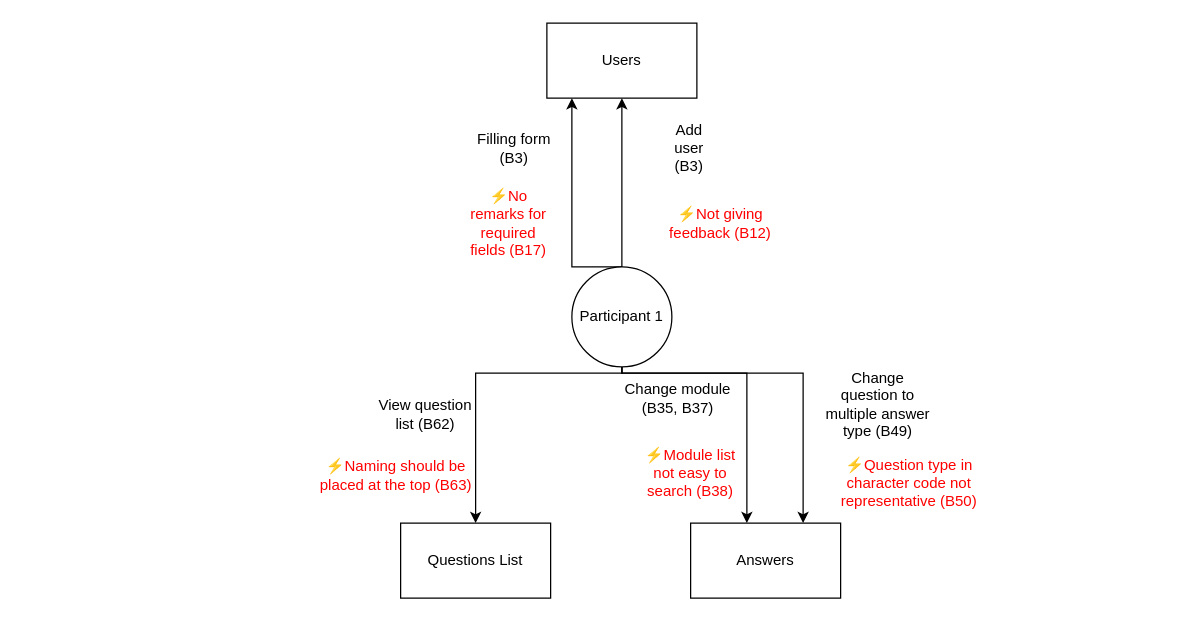
Before: assets/flow model/participant2.drawio in hci-a-if-its-2019/final-project-hooray-team, a draw.io diagram. Source tidied: cells renumbered, new cells numbered last; positions are measured from the earlier drawing's top-left corner, leaving out a move shared by most shapes. Both pictures are drawn from the tidied source at 125%, with x=0, y=0 at pixel (316, 22).
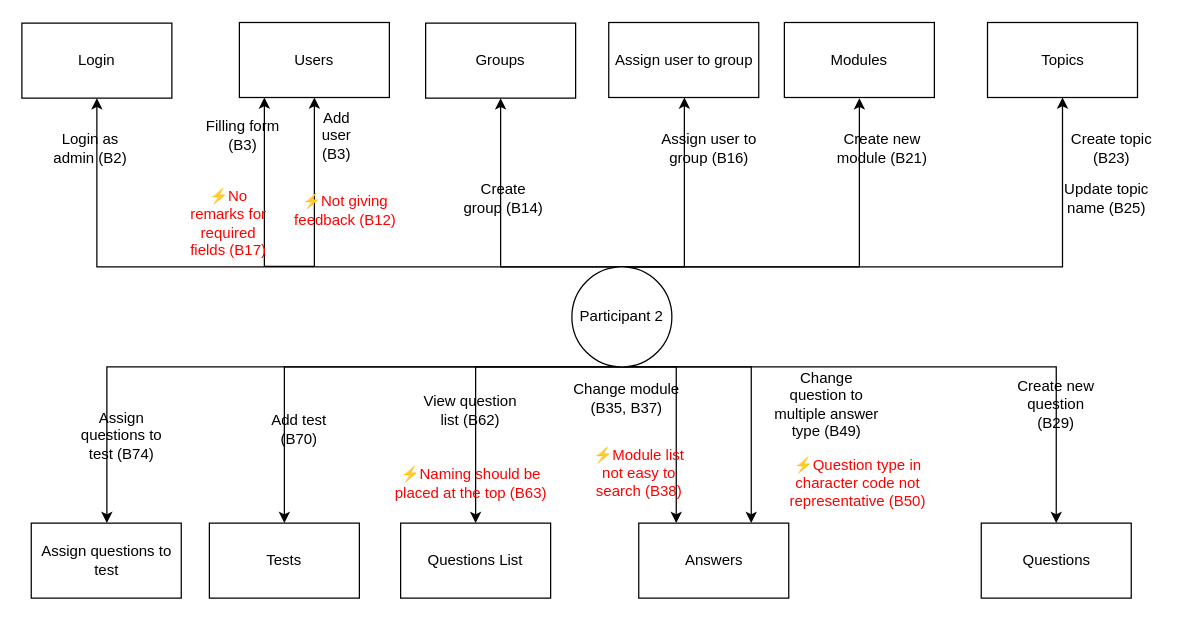
Above is the later version.

Commit message (it also covers changes not shown here):
revise flow model participant 1&2

The change refers to these unchanged cells:
```xml
<mxCell id="10" value="Questions List" style="rounded=0;whiteSpace=wrap;html=1;" parent="1" vertex="1">
  <mxGeometry x="67" y="400" width="120" height="60" as="geometry" />
</mxCell>
```

The edit, as a diff of the source:
```diff
@@
-    <mxCell id="2" style="edgeStyle=orthogonalEdgeStyle;rounded=0;jettySize=auto;html=1;exitX=0.5;exitY=0;exitDx=0;exitDy=0;strokeColor=#000000;strokeWidth=1;fontColor=#000000;" parent="1" edge="1" source="7" target="8">
+    <mxCell id="2" style="edgeStyle=orthogonalEdgeStyle;rounded=0;jettySize=auto;html=1;exitX=0.5;exitY=0;exitDx=0;exitDy=0;strokeColor=#000000;strokeWidth=1;fontColor=#000000;" parent="1" edge="1" target="8">
       <mxGeometry relative="1" as="geometry">
+        <mxPoint x="-2" y="194.5" as="sourcePoint" />
         <Array as="points">
-          <mxPoint x="204" y="195" />
+          <mxPoint x="-42" y="194.5" />
         </Array>
       </mxGeometry>
     </mxCell>
-    <mxCell id="3" style="edgeStyle=orthogonalEdgeStyle;rounded=0;jettySize=auto;html=1;exitX=0.5;exitY=1;exitDx=0;exitDy=0;strokeColor=#000000;strokeWidth=1;fontColor=#000000;" parent="1" edge="1" source="7" target="9">
-      <mxGeometry relative="1" as="geometry">
-        <Array as="points">
-          <mxPoint x="344" y="280" />
-        </Array>
-      </mxGeometry>
-    </mxCell>
+    <mxCell id="6" style="edgeStyle=orthogonalEdgeStyle;rounded=0;jettySize=auto;html=1;exitX=0.5;exitY=0;exitDx=0;exitDy=0;entryX=0.5;entryY=1;entryDx=0;entryDy=0;strokeColor=#000000;strokeWidth=1;fontColor=#000000;" parent="1" edge="1" target="8">
+      <mxGeometry relative="1" as="geometry">
+        <mxPoint x="-2" y="194.5" as="sourcePoint" />
+        <Array as="points">
+          <mxPoint x="-2" y="59.5" />
+        </Array>
+      </mxGeometry>
+    </mxCell>
+    <mxCell id="21" style="edgeStyle=orthogonalEdgeStyle;rounded=0;jettySize=auto;html=1;exitX=0.5;exitY=0;exitDx=0;exitDy=0;entryX=0.5;entryY=1;entryDx=0;entryDy=0;" parent="1" edge="1" source="7" target="35">
+      <mxGeometry relative="1" as="geometry">
+        <Array as="points">
+          <mxPoint x="-176" y="195" />
+        </Array>
+      </mxGeometry>
+    </mxCell>
+    <mxCell id="22" style="edgeStyle=orthogonalEdgeStyle;rounded=0;jettySize=auto;html=1;exitX=0.5;exitY=0;exitDx=0;exitDy=0;" parent="1" edge="1" source="7" target="37">
+      <mxGeometry relative="1" as="geometry">
+        <Array as="points">
+          <mxPoint x="147" y="195" />
+        </Array>
+      </mxGeometry>
+    </mxCell>
+    <mxCell id="23" style="edgeStyle=orthogonalEdgeStyle;rounded=0;jettySize=auto;html=1;exitX=0.5;exitY=0;exitDx=0;exitDy=0;" parent="1" edge="1" source="7" target="31">
+      <mxGeometry relative="1" as="geometry">
+        <Array as="points">
+          <mxPoint x="294" y="195" />
+        </Array>
+      </mxGeometry>
+    </mxCell>
+    <mxCell id="24" style="edgeStyle=orthogonalEdgeStyle;rounded=0;jettySize=auto;html=1;exitX=0.5;exitY=0;exitDx=0;exitDy=0;" parent="1" edge="1" source="7">
+      <mxGeometry relative="1" as="geometry">
+        <mxPoint x="434" y="60" as="targetPoint" />
+        <Array as="points">
+          <mxPoint x="434" y="195" />
+        </Array>
+      </mxGeometry>
+    </mxCell>
+    <mxCell id="25" style="edgeStyle=orthogonalEdgeStyle;rounded=0;jettySize=auto;html=1;exitX=0.5;exitY=0;exitDx=0;exitDy=0;entryX=0.5;entryY=1;entryDx=0;entryDy=0;" parent="1" edge="1" source="7" target="39">
+      <mxGeometry relative="1" as="geometry">
+        <Array as="points">
+          <mxPoint x="597" y="195" />
+        </Array>
+      </mxGeometry>
+    </mxCell>
+    <mxCell id="26" style="edgeStyle=orthogonalEdgeStyle;rounded=0;jettySize=auto;html=1;exitX=0.5;exitY=1;exitDx=0;exitDy=0;entryX=0.5;entryY=0;entryDx=0;entryDy=0;" parent="1" edge="1" source="7" target="42">
+      <mxGeometry relative="1" as="geometry">
+        <Array as="points">
+          <mxPoint x="592" y="275" />
+        </Array>
+      </mxGeometry>
+    </mxCell>
+    <mxCell id="27" style="edgeStyle=orthogonalEdgeStyle;rounded=0;jettySize=auto;html=1;exitX=0.5;exitY=1;exitDx=0;exitDy=0;entryX=0.75;entryY=0;entryDx=0;entryDy=0;" parent="1" edge="1" source="7" target="9">
+      <mxGeometry relative="1" as="geometry">
+        <Array as="points">
+          <mxPoint x="348" y="275" />
+        </Array>
+      </mxGeometry>
+    </mxCell>
+    <mxCell id="28" style="edgeStyle=orthogonalEdgeStyle;rounded=0;jettySize=auto;html=1;exitX=0.5;exitY=1;exitDx=0;exitDy=0;entryX=0.25;entryY=0;entryDx=0;entryDy=0;" parent="1" edge="1" source="7" target="9">
+      <mxGeometry relative="1" as="geometry">
+        <Array as="points">
+          <mxPoint x="288" y="275" />
+        </Array>
+      </mxGeometry>
+    </mxCell>
-    <mxCell id="4" style="edgeStyle=orthogonalEdgeStyle;rounded=0;jettySize=auto;html=1;exitX=0.5;exitY=1;exitDx=0;exitDy=0;entryX=0.5;entryY=0;entryDx=0;entryDy=0;strokeColor=#000000;strokeWidth=1;fontColor=#000000;" parent="1" edge="1" source="7" target="10">
+    <mxCell id="4" style="edgeStyle=orthogonalEdgeStyle;rounded=0;jettySize=auto;html=1;exitX=0.5;exitY=1;exitDx=0;exitDy=0;entryX=0.5;entryY=0;entryDx=0;entryDy=0;" parent="1" edge="1" source="7" target="10">
       <mxGeometry relative="1" as="geometry">
         <Array as="points">
-          <mxPoint x="127" y="280" />
+          <mxPoint x="127" y="275" />
         </Array>
       </mxGeometry>
     </mxCell>
-    <mxCell id="5" style="edgeStyle=orthogonalEdgeStyle;rounded=0;jettySize=auto;html=1;exitX=0.5;exitY=1;exitDx=0;exitDy=0;entryX=0.75;entryY=0;entryDx=0;entryDy=0;strokeColor=#000000;strokeWidth=1;fontColor=#FF0000;" parent="1" edge="1" source="7" target="9">
-      <mxGeometry relative="1" as="geometry">
-        <Array as="points">
-          <mxPoint x="389" y="280" />
-        </Array>
-      </mxGeometry>
-    </mxCell>
-    <mxCell id="6" style="edgeStyle=orthogonalEdgeStyle;rounded=0;jettySize=auto;html=1;exitX=0.5;exitY=0;exitDx=0;exitDy=0;entryX=0.5;entryY=1;entryDx=0;entryDy=0;strokeColor=#000000;strokeWidth=1;fontColor=#000000;" parent="1" edge="1" source="7" target="8">
-      <mxGeometry relative="1" as="geometry">
-        <Array as="points">
-          <mxPoint x="244" y="60" />
-        </Array>
-      </mxGeometry>
-    </mxCell>
+    <mxCell id="29" style="edgeStyle=orthogonalEdgeStyle;rounded=0;jettySize=auto;html=1;exitX=0.5;exitY=1;exitDx=0;exitDy=0;entryX=0.5;entryY=0;entryDx=0;entryDy=0;" parent="1" edge="1" source="7" target="44">
+      <mxGeometry relative="1" as="geometry">
+        <Array as="points">
+          <mxPoint x="-26" y="275" />
+        </Array>
+      </mxGeometry>
+    </mxCell>
+    <mxCell id="30" style="edgeStyle=orthogonalEdgeStyle;rounded=0;jettySize=auto;html=1;exitX=0.5;exitY=1;exitDx=0;exitDy=0;" parent="1" edge="1" source="7" target="46">
+      <mxGeometry relative="1" as="geometry">
+        <Array as="points">
+          <mxPoint x="-168" y="275" />
+        </Array>
+      </mxGeometry>
+    </mxCell>
-    <mxCell id="7" value="Participant 1" style="ellipse;whiteSpace=wrap;html=1;" parent="1" vertex="1">
+    <mxCell id="7" value="Participant 2" style="ellipse;whiteSpace=wrap;html=1;" parent="1" vertex="1">
       <mxGeometry x="204" y="195" width="80" height="80" as="geometry" />
     </mxCell>
     <mxCell id="8" value="Users" style="rounded=0;whiteSpace=wrap;html=1;" parent="1" vertex="1">
-      <mxGeometry x="184" width="120" height="60" as="geometry" />
+      <mxGeometry x="-62" y="-0.5" width="120" height="60" as="geometry" />
     </mxCell>
     <mxCell id="9" value="Answers" style="rounded=0;whiteSpace=wrap;html=1;" parent="1" vertex="1">
-      <mxGeometry x="299" y="400" width="120" height="60" as="geometry" />
+      <mxGeometry x="257.5" y="400" width="120" height="60" as="geometry" />
     </mxCell>
@@
     <mxCell id="11" value="Filling form (B3)" style="text;html=1;strokeColor=none;fillColor=none;align=center;verticalAlign=middle;whiteSpace=wrap;rounded=0;fontColor=#000000;" parent="1" vertex="1">
-      <mxGeometry x="123" y="90" width="70" height="20" as="geometry" />
+      <mxGeometry x="-94.5" y="80" width="70" height="20" as="geometry" />
     </mxCell>
     <mxCell id="12" value="&lt;span&gt;&lt;font color=&quot;#ff0000&quot;&gt;⚡No remarks for required fields (B17)&lt;/font&gt;&lt;/span&gt;" style="text;html=1;strokeColor=none;fillColor=none;align=center;verticalAlign=middle;whiteSpace=wrap;rounded=0;fontColor=#000000;" parent="1" vertex="1">
-      <mxGeometry x="115.5" y="150" width="75" height="20" as="geometry" />
+      <mxGeometry x="-108.5" y="149.5" width="75" height="20" as="geometry" />
     </mxCell>
     <mxCell id="13" value="Add user (B3)" style="text;html=1;strokeColor=none;fillColor=none;align=center;verticalAlign=middle;whiteSpace=wrap;rounded=0;fontColor=#000000;" parent="1" vertex="1">
-      <mxGeometry x="273" y="90" width="50" height="20" as="geometry" />
+      <mxGeometry x="-9.5" y="80" width="50" height="20" as="geometry" />
     </mxCell>
     <mxCell id="14" value="&lt;span&gt;⚡Not giving feedback (B12)&lt;/span&gt;" style="text;html=1;strokeColor=none;fillColor=none;align=center;verticalAlign=middle;whiteSpace=wrap;rounded=0;fontColor=#FF0000;" parent="1" vertex="1">
-      <mxGeometry x="273" y="150" width="100" height="20" as="geometry" />
+      <mxGeometry x="-27.5" y="139.5" width="100" height="20" as="geometry" />
     </mxCell>
     <mxCell id="15" value="Change module (B35, B37)" style="text;html=1;strokeColor=none;fillColor=none;align=center;verticalAlign=middle;whiteSpace=wrap;rounded=0;fontColor=#000000;" parent="1" vertex="1">
-      <mxGeometry x="244" y="290" width="90" height="20" as="geometry" />
+      <mxGeometry x="202.5" y="290" width="90" height="20" as="geometry" />
     </mxCell>
     <mxCell id="16" value="&lt;span&gt;⚡Module list not easy to search (B38)&lt;/span&gt;" style="text;html=1;strokeColor=none;fillColor=none;align=center;verticalAlign=middle;whiteSpace=wrap;rounded=0;fontColor=#FF0000;" parent="1" vertex="1">
-      <mxGeometry x="254" y="350" width="90" height="20" as="geometry" />
+      <mxGeometry x="212.5" y="350" width="90" height="20" as="geometry" />
     </mxCell>
     <mxCell id="17" value="View question list (B62)" style="text;html=1;strokeColor=none;fillColor=none;align=center;verticalAlign=middle;whiteSpace=wrap;rounded=0;fontColor=#000000;" parent="1" vertex="1">
-      <mxGeometry x="47" y="302.5" width="80" height="20" as="geometry" />
+      <mxGeometry x="82.5" y="300" width="80" height="20" as="geometry" />
     </mxCell>
     <mxCell id="18" value="&lt;span&gt;⚡Naming should be placed at the top (B63)&lt;/span&gt;" style="text;html=1;strokeColor=none;fillColor=none;align=center;verticalAlign=middle;whiteSpace=wrap;rounded=0;fontColor=#FF0000;" parent="1" vertex="1">
-      <mxGeometry y="351.5" width="127" height="20" as="geometry" />
+      <mxGeometry x="59.5" y="357.5" width="127" height="20" as="geometry" />
     </mxCell>
     <mxCell id="19" value="Change question to multiple answer type (B49)" style="text;html=1;strokeColor=none;fillColor=none;align=center;verticalAlign=middle;whiteSpace=wrap;rounded=0;fontColor=#000000;" parent="1" vertex="1">
-      <mxGeometry x="404" y="295" width="90" height="20" as="geometry" />
+      <mxGeometry x="362.5" y="295" width="90" height="20" as="geometry" />
     </mxCell>
     <mxCell id="20" value="&lt;span&gt;⚡Question type in character code not representative (B50)&lt;/span&gt;" style="text;html=1;strokeColor=none;fillColor=none;align=center;verticalAlign=middle;whiteSpace=wrap;rounded=0;fontColor=#FF0000;" parent="1" vertex="1">
-      <mxGeometry x="404" y="357.5" width="140" height="20" as="geometry" />
+      <mxGeometry x="362.5" y="357.5" width="140" height="20" as="geometry" />
     </mxCell>
+    <mxCell id="31" value="Assign user to group" style="rounded=0;whiteSpace=wrap;html=1;fillColor=#ffffff;fontColor=#000000;" parent="1" vertex="1">
+      <mxGeometry x="233.5" y="-0.5" width="120" height="60" as="geometry" />
+    </mxCell>
+    <mxCell id="32" value="Assign user to group (B16)" style="text;html=1;strokeColor=none;fillColor=none;align=center;verticalAlign=middle;whiteSpace=wrap;rounded=0;fontColor=#000000;" parent="1" vertex="1">
+      <mxGeometry x="273.5" y="89.5" width="80" height="20" as="geometry" />
+    </mxCell>
+    <mxCell id="33" value="Modules" style="rounded=0;whiteSpace=wrap;html=1;fillColor=#ffffff;fontColor=#000000;" parent="1" vertex="1">
+      <mxGeometry x="374" y="-0.5" width="120" height="60" as="geometry" />
+    </mxCell>
+    <mxCell id="34" value="Create new module (B21)" style="text;html=1;strokeColor=none;fillColor=none;align=center;verticalAlign=middle;whiteSpace=wrap;rounded=0;fontColor=#000000;" parent="1" vertex="1">
+      <mxGeometry x="411" y="89.5" width="83" height="20" as="geometry" />
+    </mxCell>
+    <mxCell id="35" value="Login" style="rounded=0;whiteSpace=wrap;html=1;fillColor=#ffffff;fontColor=#000000;" parent="1" vertex="1">
+      <mxGeometry x="-236" width="120" height="60" as="geometry" />
+    </mxCell>
+    <mxCell id="36" value="Login as admin (B2)" style="text;html=1;strokeColor=none;fillColor=none;align=center;verticalAlign=middle;whiteSpace=wrap;rounded=0;fontColor=#000000;" parent="1" vertex="1">
+      <mxGeometry x="-216" y="90" width="70" height="20" as="geometry" />
+    </mxCell>
+    <mxCell id="37" value="Groups" style="rounded=0;whiteSpace=wrap;html=1;" parent="1" vertex="1">
+      <mxGeometry x="87" width="120" height="60" as="geometry" />
+    </mxCell>
+    <mxCell id="38" value="Create group (B14)" style="text;html=1;strokeColor=none;fillColor=none;align=center;verticalAlign=middle;whiteSpace=wrap;rounded=0;fontColor=#000000;" parent="1" vertex="1">
+      <mxGeometry x="114" y="130" width="71" height="20" as="geometry" />
+    </mxCell>
+    <mxCell id="39" value="Topics" style="rounded=0;whiteSpace=wrap;html=1;" parent="1" vertex="1">
+      <mxGeometry x="536.5" y="-0.5" width="120" height="60" as="geometry" />
+    </mxCell>
+    <mxCell id="40" value="Update topic name (B25)" style="text;html=1;strokeColor=none;fillColor=none;align=center;verticalAlign=middle;whiteSpace=wrap;rounded=0;fontColor=#000000;" parent="1" vertex="1">
+      <mxGeometry x="596.5" y="129.5" width="70" height="20" as="geometry" />
+    </mxCell>
+    <mxCell id="41" value="Create topic (B23)" style="text;html=1;strokeColor=none;fillColor=none;align=center;verticalAlign=middle;whiteSpace=wrap;rounded=0;fontColor=#000000;" parent="1" vertex="1">
+      <mxGeometry x="597" y="90" width="78" height="20" as="geometry" />
+    </mxCell>
+    <mxCell id="42" value="Questions" style="rounded=0;whiteSpace=wrap;html=1;" parent="1" vertex="1">
+      <mxGeometry x="531.5" y="400" width="120" height="60" as="geometry" />
+    </mxCell>
+    <mxCell id="43" value="Create new question (B29)" style="text;html=1;strokeColor=none;fillColor=none;align=center;verticalAlign=middle;whiteSpace=wrap;rounded=0;fontColor=#000000;" parent="1" vertex="1">
+      <mxGeometry x="558" y="295" width="67" height="20" as="geometry" />
+    </mxCell>
+    <mxCell id="44" value="Tests" style="rounded=0;whiteSpace=wrap;html=1;" parent="1" vertex="1">
+      <mxGeometry x="-86" y="400" width="120" height="60" as="geometry" />
+    </mxCell>
+    <mxCell id="45" value="Add test (B70)" style="text;html=1;strokeColor=none;fillColor=none;align=center;verticalAlign=middle;whiteSpace=wrap;rounded=0;fontColor=#000000;" parent="1" vertex="1">
+      <mxGeometry x="-42" y="315" width="56" height="20" as="geometry" />
+    </mxCell>
+    <mxCell id="46" value="Assign questions to test" style="rounded=0;whiteSpace=wrap;html=1;" parent="1" vertex="1">
+      <mxGeometry x="-228.5" y="400" width="120" height="60" as="geometry" />
+    </mxCell>
+    <mxCell id="47" value="Assign questions to test (B74)" style="text;html=1;strokeColor=none;fillColor=none;align=center;verticalAlign=middle;whiteSpace=wrap;rounded=0;" parent="1" vertex="1">
+      <mxGeometry x="-196" y="320" width="80" height="20" as="geometry" />
+    </mxCell>
```
